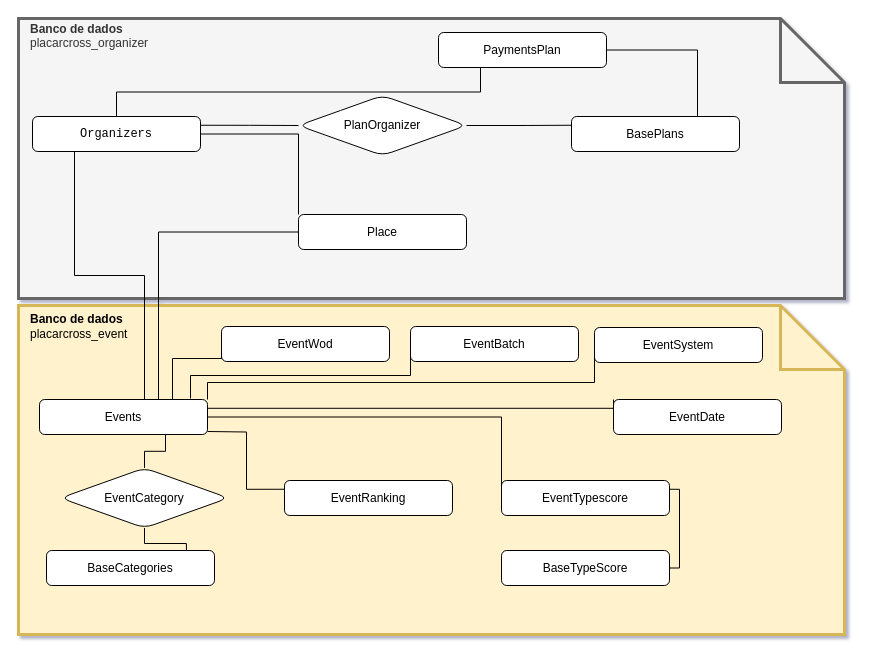
Earlier version of the draw.io diagram relacionamento.drawio (sandromaia87/crossfit). Source tidied: cells renumbered, new cells numbered last; positions are measured from the earlier drawing's top-left corner, leaving out a move shared by most shapes. Both pictures are drawn from the tidied source at 100%, with x=0, y=0 at pixel (18, 18).
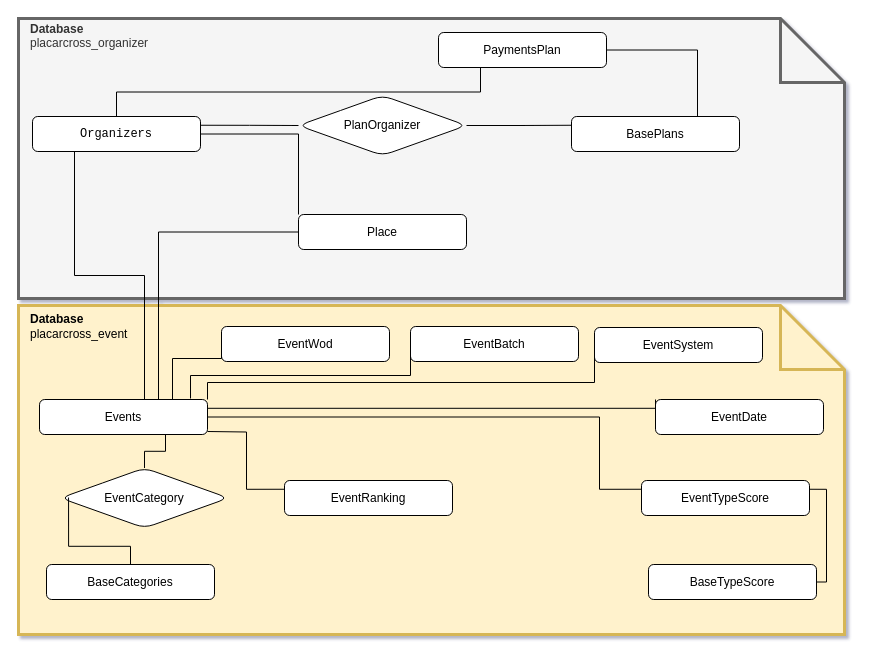
Above is the later version.

The change refers to these unchanged cells:
```xml
<mxCell id="5" value="Events" style="whiteSpace=wrap;html=1;align=center;rounded=1;" parent="1" vertex="1">
  <mxGeometry x="21" y="381" width="168" height="35" as="geometry" />
</mxCell>
<mxCell id="19" value="EventCategory" style="shape=rhombus;perimeter=rhombusPerimeter;whiteSpace=wrap;html=1;align=center;rounded=1;" parent="1" vertex="1">
  <mxGeometry x="42" y="449.5" width="168" height="60" as="geometry" />
</mxCell>
```

Diff of the diagram source:
```diff
@@
-    <mxCell id="2" value="&lt;div&gt;&amp;nbsp;&amp;nbsp;&lt;b&gt; Banco de dados&lt;/b&gt; &lt;br&gt;&lt;/div&gt;&lt;div&gt;&amp;nbsp;&amp;nbsp; placarcross_event&lt;br&gt;&lt;/div&gt;&lt;div&gt;&lt;br&gt;&lt;/div&gt;&lt;div&gt;&lt;br&gt;&lt;/div&gt;&lt;div&gt;&lt;br&gt;&lt;/div&gt;&lt;div&gt;&lt;br&gt;&lt;/div&gt;&lt;div&gt;&lt;br&gt;&lt;/div&gt;&lt;div&gt;&lt;br&gt;&lt;/div&gt;&lt;div&gt;&lt;br&gt;&lt;/div&gt;&lt;div&gt;&lt;br&gt;&lt;/div&gt;&lt;div&gt;&lt;br&gt;&lt;/div&gt;&lt;div&gt;&lt;br&gt;&lt;/div&gt;&lt;div&gt;&lt;br&gt;&lt;/div&gt;&lt;div&gt;&lt;br&gt;&lt;/div&gt;&lt;div&gt;&lt;br&gt;&lt;/div&gt;&lt;div&gt;&lt;br&gt;&lt;/div&gt;&lt;div&gt;&lt;br&gt;&lt;/div&gt;&lt;div&gt;&lt;br&gt;&lt;/div&gt;&lt;div&gt;&lt;br&gt;&lt;/div&gt;&lt;div&gt;&lt;br&gt;&lt;/div&gt;&lt;div&gt;&lt;br&gt;&lt;/div&gt;&lt;div&gt;&lt;br&gt;&lt;/div&gt;" style="shape=note;size=64;whiteSpace=wrap;html=1;align=left;fillColor=#fff2cc;strokeColor=#d6b656;strokeWidth=3;" parent="1" vertex="1">
+    <mxCell id="2" value="&lt;div&gt;&amp;nbsp;&amp;nbsp; &lt;b&gt;Database&lt;/b&gt;&lt;br&gt;&lt;/div&gt;&lt;div&gt;&amp;nbsp;&amp;nbsp; placarcross_event&lt;br&gt;&lt;/div&gt;&lt;div&gt;&lt;br&gt;&lt;/div&gt;&lt;div&gt;&lt;br&gt;&lt;/div&gt;&lt;div&gt;&lt;br&gt;&lt;/div&gt;&lt;div&gt;&lt;br&gt;&lt;/div&gt;&lt;div&gt;&lt;br&gt;&lt;/div&gt;&lt;div&gt;&lt;br&gt;&lt;/div&gt;&lt;div&gt;&lt;br&gt;&lt;/div&gt;&lt;div&gt;&lt;br&gt;&lt;/div&gt;&lt;div&gt;&lt;br&gt;&lt;/div&gt;&lt;div&gt;&lt;br&gt;&lt;/div&gt;&lt;div&gt;&lt;br&gt;&lt;/div&gt;&lt;div&gt;&lt;br&gt;&lt;/div&gt;&lt;div&gt;&lt;br&gt;&lt;/div&gt;&lt;div&gt;&lt;br&gt;&lt;/div&gt;&lt;div&gt;&lt;br&gt;&lt;/div&gt;&lt;div&gt;&lt;br&gt;&lt;/div&gt;&lt;div&gt;&lt;br&gt;&lt;/div&gt;&lt;div&gt;&lt;br&gt;&lt;/div&gt;&lt;div&gt;&lt;br&gt;&lt;/div&gt;&lt;div&gt;&lt;br&gt;&lt;/div&gt;" style="shape=note;size=64;whiteSpace=wrap;html=1;align=left;fillColor=#fff2cc;strokeColor=#d6b656;strokeWidth=3;" parent="1" vertex="1">
       <mxGeometry y="287" width="826" height="329" as="geometry" />
     </mxCell>
-    <mxCell id="3" value="&lt;div&gt;&amp;nbsp;&amp;nbsp;&lt;b&gt; Banco de dados&lt;/b&gt; &lt;br&gt;&lt;/div&gt;&lt;div&gt;&amp;nbsp;&amp;nbsp; placarcross_organizer&lt;br&gt;&lt;/div&gt;&lt;div&gt;&lt;br&gt;&lt;/div&gt;&lt;div&gt;&lt;br&gt;&lt;/div&gt;&lt;div&gt;&lt;br&gt;&lt;/div&gt;&lt;div&gt;&lt;br&gt;&lt;/div&gt;&lt;div&gt;&lt;br&gt;&lt;/div&gt;&lt;div&gt;&lt;br&gt;&lt;/div&gt;&lt;div&gt;&lt;br&gt;&lt;/div&gt;&lt;div&gt;&lt;br&gt;&lt;/div&gt;&lt;div&gt;&lt;br&gt;&lt;/div&gt;&lt;div&gt;&lt;br&gt;&lt;/div&gt;&lt;div&gt;&lt;br&gt;&lt;/div&gt;&lt;div&gt;&lt;br&gt;&lt;/div&gt;&lt;div&gt;&lt;br&gt;&lt;/div&gt;&lt;div&gt;&lt;br&gt;&lt;/div&gt;&lt;div&gt;&lt;br&gt;&lt;/div&gt;&lt;div&gt;&lt;br&gt;&lt;/div&gt;&lt;div&gt;&lt;br&gt;&lt;/div&gt;" style="shape=note;size=64;whiteSpace=wrap;html=1;align=left;fillColor=#f5f5f5;fontColor=#333333;strokeColor=#666666;gradientColor=none;strokeWidth=3;" parent="1" vertex="1">
+    <mxCell id="3" value="&lt;div&gt;&amp;nbsp;&amp;nbsp; &lt;b&gt;Database&lt;/b&gt; &lt;br&gt;&lt;/div&gt;&lt;div&gt;&amp;nbsp;&amp;nbsp; placarcross_organizer&lt;br&gt;&lt;/div&gt;&lt;div&gt;&lt;br&gt;&lt;/div&gt;&lt;div&gt;&lt;br&gt;&lt;/div&gt;&lt;div&gt;&lt;br&gt;&lt;/div&gt;&lt;div&gt;&lt;br&gt;&lt;/div&gt;&lt;div&gt;&lt;br&gt;&lt;/div&gt;&lt;div&gt;&lt;br&gt;&lt;/div&gt;&lt;div&gt;&lt;br&gt;&lt;/div&gt;&lt;div&gt;&lt;br&gt;&lt;/div&gt;&lt;div&gt;&lt;br&gt;&lt;/div&gt;&lt;div&gt;&lt;br&gt;&lt;/div&gt;&lt;div&gt;&lt;br&gt;&lt;/div&gt;&lt;div&gt;&lt;br&gt;&lt;/div&gt;&lt;div&gt;&lt;br&gt;&lt;/div&gt;&lt;div&gt;&lt;br&gt;&lt;/div&gt;&lt;div&gt;&lt;br&gt;&lt;/div&gt;&lt;div&gt;&lt;br&gt;&lt;/div&gt;&lt;div&gt;&lt;br&gt;&lt;/div&gt;" style="shape=note;size=64;whiteSpace=wrap;html=1;align=left;fillColor=#f5f5f5;fontColor=#333333;strokeColor=#666666;gradientColor=none;strokeWidth=3;" parent="1" vertex="1">
       <mxGeometry width="826" height="280" as="geometry" />
     </mxCell>
@@
     <mxCell id="17" value="BaseCategories" style="whiteSpace=wrap;html=1;align=center;rounded=1;" parent="1" vertex="1">
-      <mxGeometry x="28" y="532" width="168" height="35" as="geometry" />
+      <mxGeometry x="28" y="546" width="168" height="35" as="geometry" />
     </mxCell>
@@
-    <mxCell id="20" style="endArrow=none;html=1;rounded=0;entryX=0.833;entryY=0;entryDx=0;entryDy=0;exitX=0.5;exitY=1;exitDx=0;exitDy=0;edgeStyle=orthogonalEdgeStyle;entryPerimeter=0;" parent="1" edge="1" source="19" target="17">
-      <mxGeometry relative="1" as="geometry">
-        <Array as="points">
-          <mxPoint x="126" y="525" />
-          <mxPoint x="168" y="525" />
-        </Array>
-      </mxGeometry>
+    <mxCell id="20" style="endArrow=none;html=1;rounded=0;entryX=0.5;entryY=0;entryDx=0;entryDy=0;exitX=0.048;exitY=0.492;exitDx=0;exitDy=0;edgeStyle=orthogonalEdgeStyle;exitPerimeter=0;" parent="1" edge="1" source="19" target="17">
+      <mxGeometry relative="1" as="geometry" />
     </mxCell>
@@
     <mxCell id="27" value="EventDate" style="whiteSpace=wrap;html=1;align=center;rounded=1;" parent="1" vertex="1">
-      <mxGeometry x="595" y="381" width="168" height="35" as="geometry" />
+      <mxGeometry x="637" y="381" width="168" height="35" as="geometry" />
     </mxCell>
-    <mxCell id="28" style="endArrow=none;html=1;rounded=0;exitX=0;exitY=0;exitDx=0;exitDy=0;edgeStyle=orthogonalEdgeStyle;entryX=1;entryY=0.25;entryDx=0;entryDy=0;" parent="1" edge="1">
+    <mxCell id="28" style="endArrow=none;html=1;rounded=0;exitX=0;exitY=0;exitDx=0;exitDy=0;edgeStyle=orthogonalEdgeStyle;entryX=1;entryY=0.25;entryDx=0;entryDy=0;" parent="1" edge="1" source="27">
       <mxGeometry relative="1" as="geometry">
-        <mxPoint x="595" y="381" as="sourcePoint" />
         <mxPoint x="189" y="389.8" as="targetPoint" />
         <Array as="points">
-          <mxPoint x="595" y="390" />
+          <mxPoint x="637" y="390" />
         </Array>
       </mxGeometry>
     </mxCell>
@@
     <mxCell id="31" value="BaseTypeScore" style="whiteSpace=wrap;html=1;align=center;rounded=1;" parent="1" vertex="1">
-      <mxGeometry x="483" y="532" width="168" height="35" as="geometry" />
+      <mxGeometry x="630" y="546" width="168" height="35" as="geometry" />
     </mxCell>
-    <mxCell id="32" value="EventTypescore" style="whiteSpace=wrap;html=1;align=center;rounded=1;" parent="1" vertex="1">
-      <mxGeometry x="483" y="462" width="168" height="35" as="geometry" />
+    <mxCell id="32" value="EventTypeScore" style="whiteSpace=wrap;html=1;align=center;rounded=1;" parent="1" vertex="1">
+      <mxGeometry x="623" y="462" width="168" height="35" as="geometry" />
     </mxCell>
     <mxCell id="33" style="endArrow=none;html=1;rounded=0;entryX=0;entryY=0.25;entryDx=0;entryDy=0;edgeStyle=orthogonalEdgeStyle;exitX=1;exitY=0.5;exitDx=0;exitDy=0;" parent="1" edge="1" source="5" target="32">
       <mxGeometry relative="1" as="geometry">
         <Array as="points">
-          <mxPoint x="483" y="399" />
+          <mxPoint x="581" y="399" />
+          <mxPoint x="581" y="471" />
         </Array>
       </mxGeometry>
     </mxCell>
```
